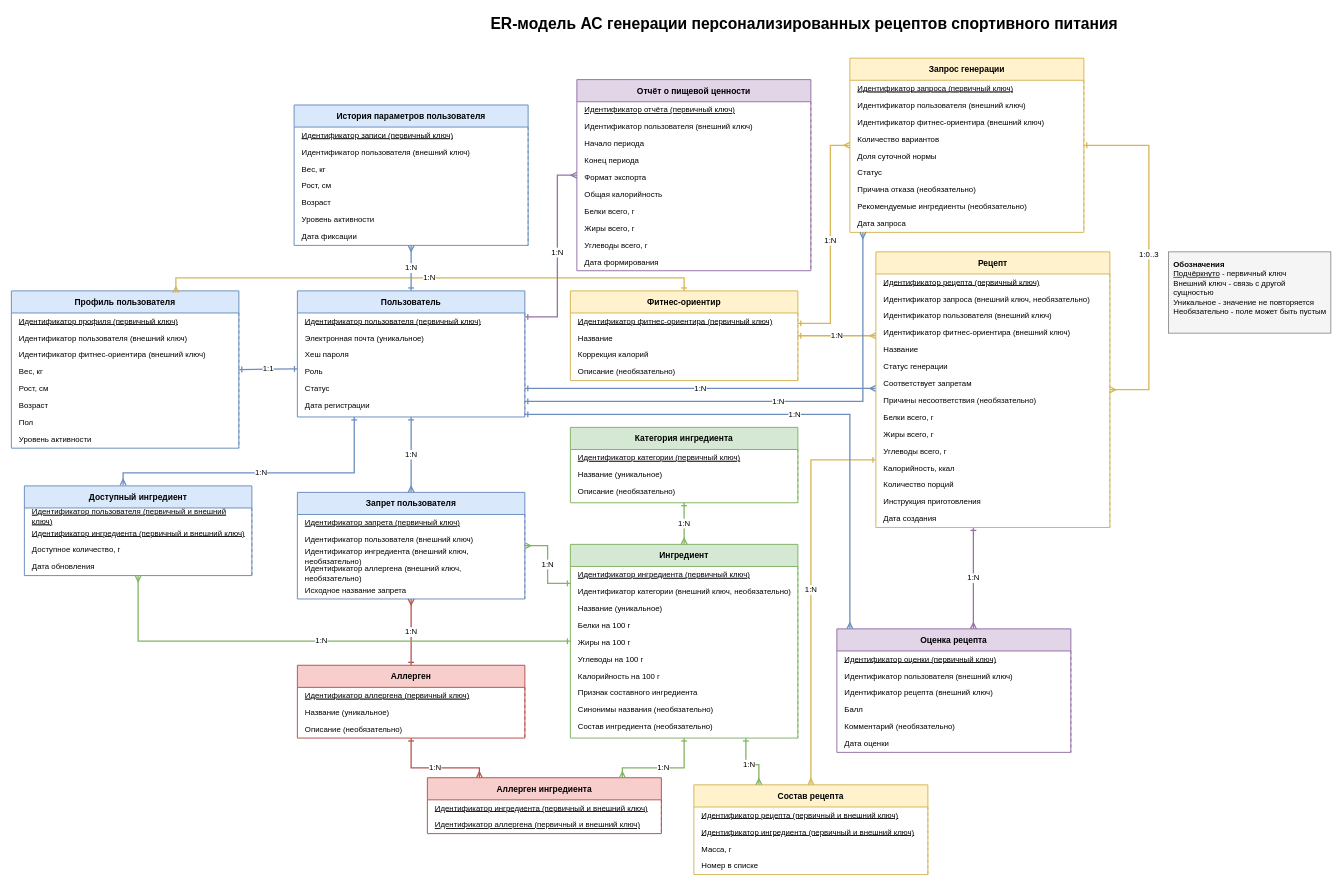
Skipl1/ASOIU keeps this draw.io diagram as Optimization-Methods/laba_2/diagrams/Модель_сущность-связь.drawio. Above is the earlier version. Source tidied: cells renumbered, new cells numbered last; positions are measured from the earlier drawing's top-left corner, leaving out a move shared by most shapes. Both pictures are drawn from the tidied source at 65%, with x=0, y=0 at pixel (11, 11).
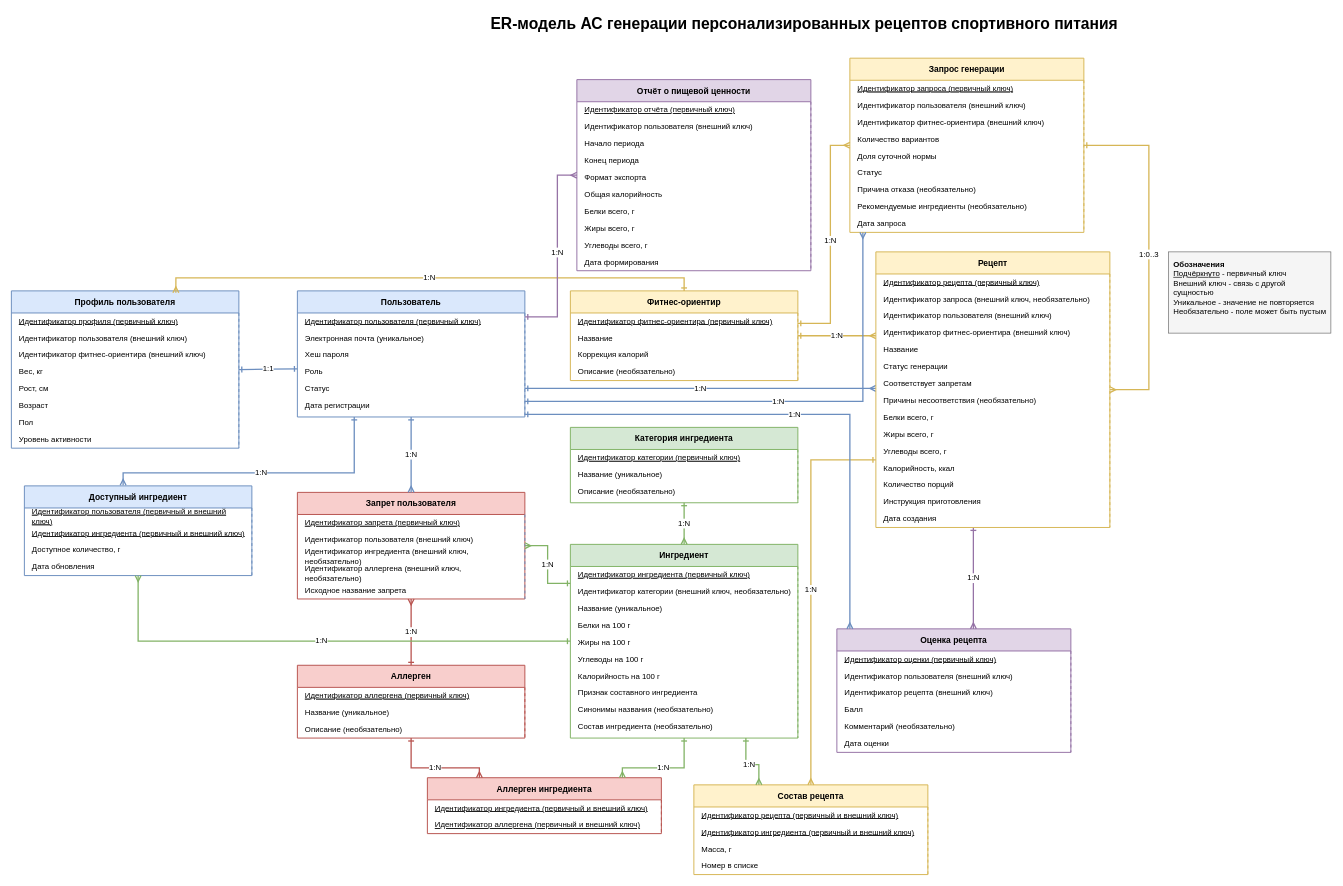
The same page after the edit.

The change refers to these unchanged cells:
```xml
<mxCell id="4" value="Пользователь" style="swimlane;whiteSpace=wrap;html=1;rounded=0;startSize=34;horizontal=1;shadow=0;strokeWidth=1.5;fillColor=#dae8fc;swimlaneFillColor=#ffffff;strokeColor=#6c8ebf;separatorColor=#6c8ebf;fontSize=13;fontStyle=1;align=center;verticalAlign=middle;" parent="1" vertex="1">
  <mxGeometry x="440" y="430" width="350" height="194" as="geometry" />
</mxCell>
```

What changed in the source:
```diff
@@
-    <mxCell id="20" value="Запрет пользователя" style="swimlane;whiteSpace=wrap;html=1;rounded=0;startSize=34;horizontal=1;shadow=0;strokeWidth=1.5;fillColor=#dae8fc;swimlaneFillColor=#ffffff;strokeColor=#6c8ebf;separatorColor=#6c8ebf;fontSize=13;fontStyle=1;align=center;verticalAlign=middle;" parent="1" vertex="1">
+    <mxCell id="20" value="Запрет пользователя" style="swimlane;whiteSpace=wrap;html=1;rounded=0;startSize=34;horizontal=1;shadow=0;strokeWidth=1.5;fillColor=#f8cecc;swimlaneFillColor=#ffffff;strokeColor=#b85450;separatorColor=#6c8ebf;fontSize=13;fontStyle=1;align=center;verticalAlign=middle;" parent="1" vertex="1">
       <mxGeometry x="440" y="740" width="350" height="164" as="geometry" />
     </mxCell>
@@
-    <mxCell id="107" value="История параметров пользователя" style="swimlane;whiteSpace=wrap;html=1;rounded=0;startSize=34;horizontal=1;shadow=0;strokeWidth=1.5;fillColor=#dae8fc;swimlaneFillColor=#ffffff;strokeColor=#6c8ebf;separatorColor=#6c8ebf;fontSize=13;fontStyle=1;align=center;verticalAlign=middle;" parent="1" vertex="1">
-      <mxGeometry x="435" y="144" width="360" height="216" as="geometry" />
-    </mxCell>
-    <mxCell id="108" value="&lt;u&gt;Идентификатор записи (первичный ключ)&lt;/u&gt;" style="text;strokeColor=none;fillColor=none;align=left;verticalAlign=middle;spacingLeft=10;spacingRight=8;whiteSpace=wrap;html=1;fontSize=12;fontStyle=4;" parent="107" vertex="1">
-      <mxGeometry y="34" width="360" height="26" as="geometry" />
-    </mxCell>
-    <mxCell id="109" value="Идентификатор пользователя (внешний ключ)" style="text;strokeColor=none;fillColor=none;align=left;verticalAlign=middle;spacingLeft=10;spacingRight=8;whiteSpace=wrap;html=1;fontSize=12;fontStyle=0;" parent="107" vertex="1">
-      <mxGeometry y="60" width="360" height="26" as="geometry" />
-    </mxCell>
-    <mxCell id="110" value="Вес, кг" style="text;strokeColor=none;fillColor=none;align=left;verticalAlign=middle;spacingLeft=10;spacingRight=8;whiteSpace=wrap;html=1;fontSize=12;fontStyle=0;" parent="107" vertex="1">
-      <mxGeometry y="86" width="360" height="26" as="geometry" />
-    </mxCell>
-    <mxCell id="111" value="Рост, см" style="text;strokeColor=none;fillColor=none;align=left;verticalAlign=middle;spacingLeft=10;spacingRight=8;whiteSpace=wrap;html=1;fontSize=12;fontStyle=0;" parent="107" vertex="1">
-      <mxGeometry y="112" width="360" height="26" as="geometry" />
-    </mxCell>
-    <mxCell id="112" value="Возраст" style="text;strokeColor=none;fillColor=none;align=left;verticalAlign=middle;spacingLeft=10;spacingRight=8;whiteSpace=wrap;html=1;fontSize=12;fontStyle=0;" parent="107" vertex="1">
-      <mxGeometry y="138" width="360" height="26" as="geometry" />
-    </mxCell>
-    <mxCell id="113" value="Уровень активности" style="text;strokeColor=none;fillColor=none;align=left;verticalAlign=middle;spacingLeft=10;spacingRight=8;whiteSpace=wrap;html=1;fontSize=12;fontStyle=0;" parent="107" vertex="1">
-      <mxGeometry y="164" width="360" height="26" as="geometry" />
-    </mxCell>
-    <mxCell id="114" value="Дата фиксации" style="text;strokeColor=none;fillColor=none;align=left;verticalAlign=middle;spacingLeft=10;spacingRight=8;whiteSpace=wrap;html=1;fontSize=12;fontStyle=0;" parent="107" vertex="1">
-      <mxGeometry y="190" width="360" height="26" as="geometry" />
-    </mxCell>
@@
-    <mxCell id="135" value="1:N" style="edgeStyle=orthogonalEdgeStyle;rounded=0;jettySize=auto;html=1;endArrow=ERmany;startArrow=ERone;endFill=0;startFill=0;strokeWidth=2;strokeColor=#6c8ebf;fontSize=12;" parent="1" edge="1" source="4" target="107">
-      <mxGeometry relative="1" as="geometry" />
-    </mxCell>
```
